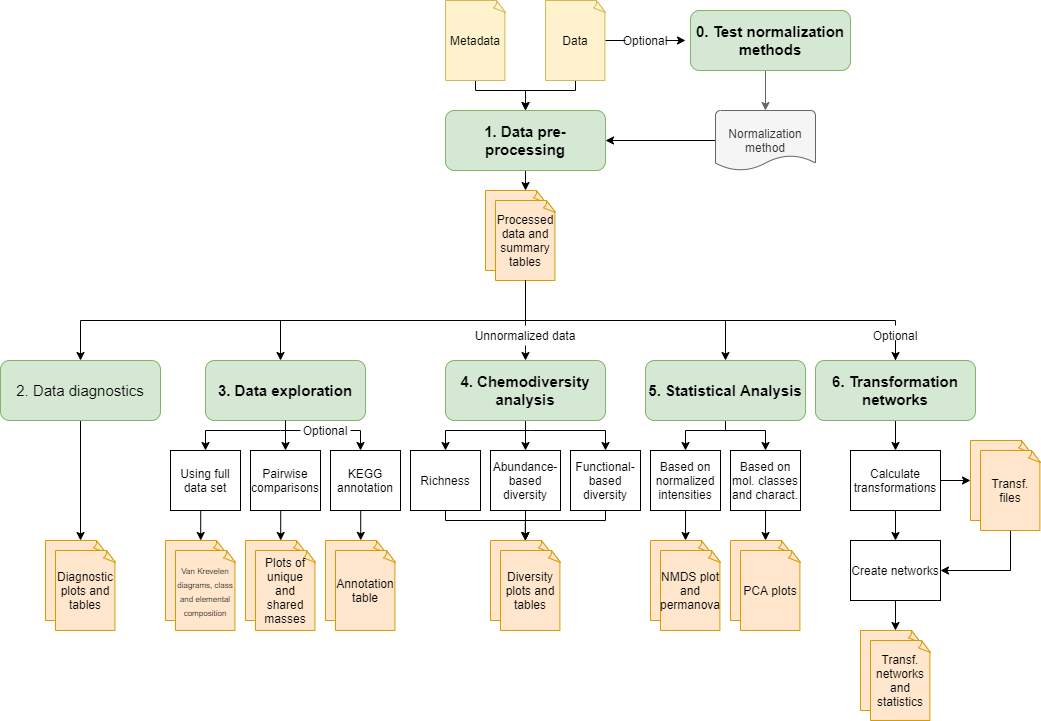
Earlier version of the draw.io export docs/_images/pipeline_overview.png (Coayala/MetaboDirect). Source tidied: cells renumbered, new cells last; positions are measured from the earlier drawing's top-left corner, leaving out a move shared by most shapes.
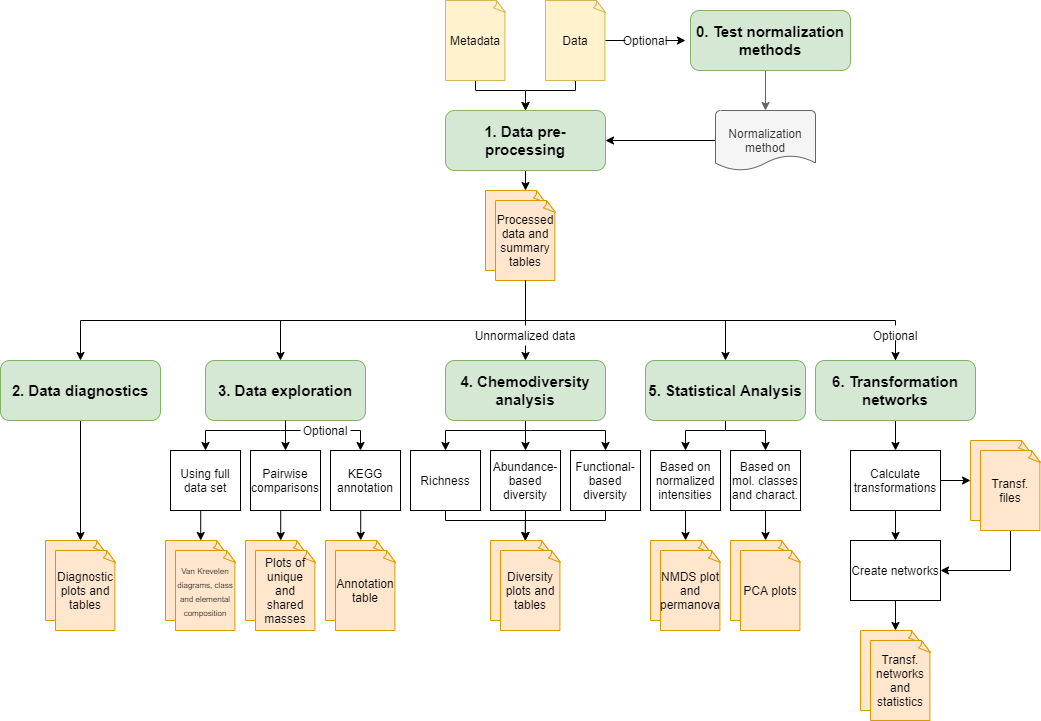
Later version of the same file.

What changed in the source:
```diff
@@ -78,7 +78,7 @@
         <mxPoint x="80" y="540" as="targetPoint" />
       </mxGeometry>
     </mxCell>
-    <mxCell id="19" value="2. Data diagnostics" style="rounded=1;whiteSpace=wrap;html=1;fillColor=#d5e8d4;strokeColor=#82b366;fontSize=15;" parent="1" vertex="1">
+    <mxCell id="19" value="2. Data diagnostics" style="rounded=1;whiteSpace=wrap;html=1;fillColor=#d5e8d4;strokeColor=#82b366;fontSize=15;fontStyle=1;" parent="1" vertex="1">
       <mxGeometry y="360" width="160" height="60" as="geometry" />
     </mxCell>
     <mxCell id="20" style="edgeStyle=orthogonalEdgeStyle;rounded=0;jettySize=auto;html=1;exitX=0.5;exitY=1;exitDx=0;exitDy=0;entryX=0.5;entryY=0;entryDx=0;entryDy=0;" parent="1" edge="1" source="23" target="50">
```
